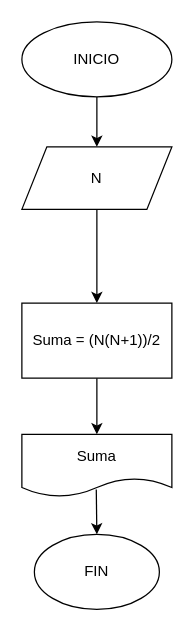
JFEstevezC/suma_N_enteros keeps this draw.io diagram as diagrama.drawio. Above is the earlier version. Source tidied: cells renumbered, new cells numbered last; positions are measured from the earlier drawing's top-left corner, leaving out a move shared by most shapes. Both pictures are drawn from the tidied source at 125%, with x=0, y=0 at pixel (21, 21).
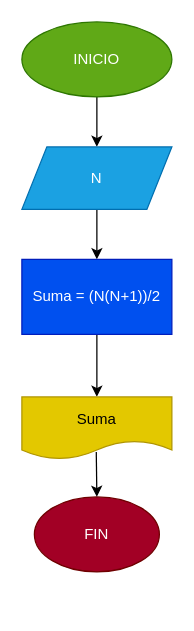
The same page after the edit.

Commit message (it also covers changes not shown here):
Actualización de diagrama de flujo

The edit, as a diff of the source:
```diff
@@
 <mxGraphModel>
   <root>
     <mxCell id="0" />
     <mxCell id="1" parent="0" />
     <mxCell id="2" style="edgeStyle=none;html=1;" parent="1" edge="1" source="3" target="5">
       <mxGeometry relative="1" as="geometry" />
     </mxCell>
-    <mxCell id="3" value="INICIO" style="ellipse;whiteSpace=wrap;html=1;" parent="1" vertex="1">
+    <mxCell id="3" value="INICIO" style="ellipse;whiteSpace=wrap;html=1;fillColor=#60a917;fontColor=#ffffff;strokeColor=#2D7600;" parent="1" vertex="1">
       <mxGeometry width="120" height="60" as="geometry" />
     </mxCell>
     <mxCell id="4" style="edgeStyle=none;html=1;" parent="1" edge="1" source="5" target="7">
       <mxGeometry relative="1" as="geometry" />
     </mxCell>
-    <mxCell id="5" value="N" style="shape=parallelogram;perimeter=parallelogramPerimeter;whiteSpace=wrap;html=1;fixedSize=1;" parent="1" vertex="1">
+    <mxCell id="5" value="N" style="shape=parallelogram;perimeter=parallelogramPerimeter;whiteSpace=wrap;html=1;fixedSize=1;fillColor=#1ba1e2;fontColor=#ffffff;strokeColor=#006EAF;" parent="1" vertex="1">
       <mxGeometry y="100" width="120" height="50" as="geometry" />
     </mxCell>
     <mxCell id="6" style="edgeStyle=none;html=1;" parent="1" edge="1" source="7" target="8">
       <mxGeometry relative="1" as="geometry" />
     </mxCell>
-    <mxCell id="7" value="Suma = (N(N+1))/2" style="whiteSpace=wrap;html=1;" parent="1" vertex="1">
-      <mxGeometry y="225" width="120" height="60" as="geometry" />
+    <mxCell id="7" value="Suma = (N(N+1))/2" style="whiteSpace=wrap;html=1;fillColor=#0050ef;fontColor=#ffffff;strokeColor=#001DBC;" parent="1" vertex="1">
+      <mxGeometry y="190" width="120" height="60" as="geometry" />
     </mxCell>
-    <mxCell id="8" value="Suma" style="shape=document;whiteSpace=wrap;html=1;boundedLbl=1;" parent="1" vertex="1">
-      <mxGeometry y="330" width="120" height="50" as="geometry" />
+    <mxCell id="8" value="Suma" style="shape=document;whiteSpace=wrap;html=1;boundedLbl=1;fillColor=#e3c800;fontColor=#000000;strokeColor=#B09500;" parent="1" vertex="1">
+      <mxGeometry y="300" width="120" height="50" as="geometry" />
     </mxCell>
-    <mxCell id="9" value="FIN" style="ellipse;whiteSpace=wrap;html=1;" parent="1" vertex="1">
-      <mxGeometry x="10" y="410" width="100" height="60" as="geometry" />
+    <mxCell id="9" value="FIN" style="ellipse;whiteSpace=wrap;html=1;fillColor=#a20025;fontColor=#ffffff;strokeColor=#6F0000;" parent="1" vertex="1">
+      <mxGeometry x="10" y="380" width="100" height="60" as="geometry" />
     </mxCell>
     <mxCell id="10" style="edgeStyle=none;html=1;exitX=0.496;exitY=0.883;exitDx=0;exitDy=0;exitPerimeter=0;entryX=0.5;entryY=0;entryDx=0;entryDy=0;" parent="1" edge="1" source="8" target="9">
       <mxGeometry relative="1" as="geometry" />
     </mxCell>
   </root>
 </mxGraphModel>
```
